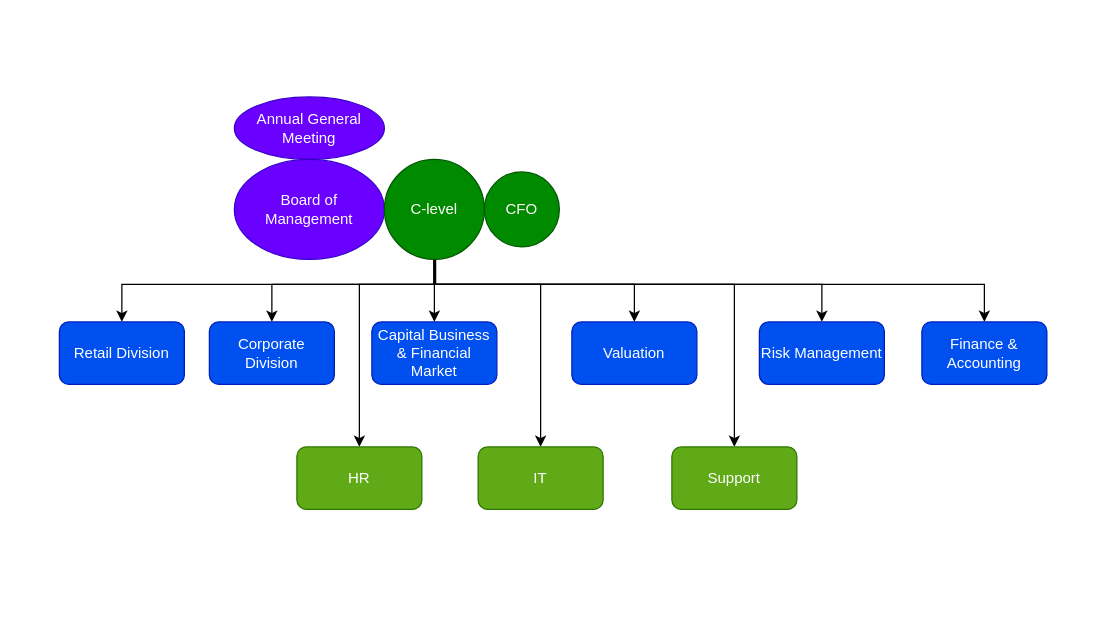
This is page "High Level" (1 of 6) of SHB High-level Org Structure.drawio from hunghvfyu/SHB, a draw.io file, before an edit. Source tidied: cells renumbered, new cells numbered last; positions are measured from the earlier drawing's top-left corner, leaving out a move shared by most shapes. Both pictures are drawn from the tidied source at 125%, with x=0, y=0 at pixel (59, 96).
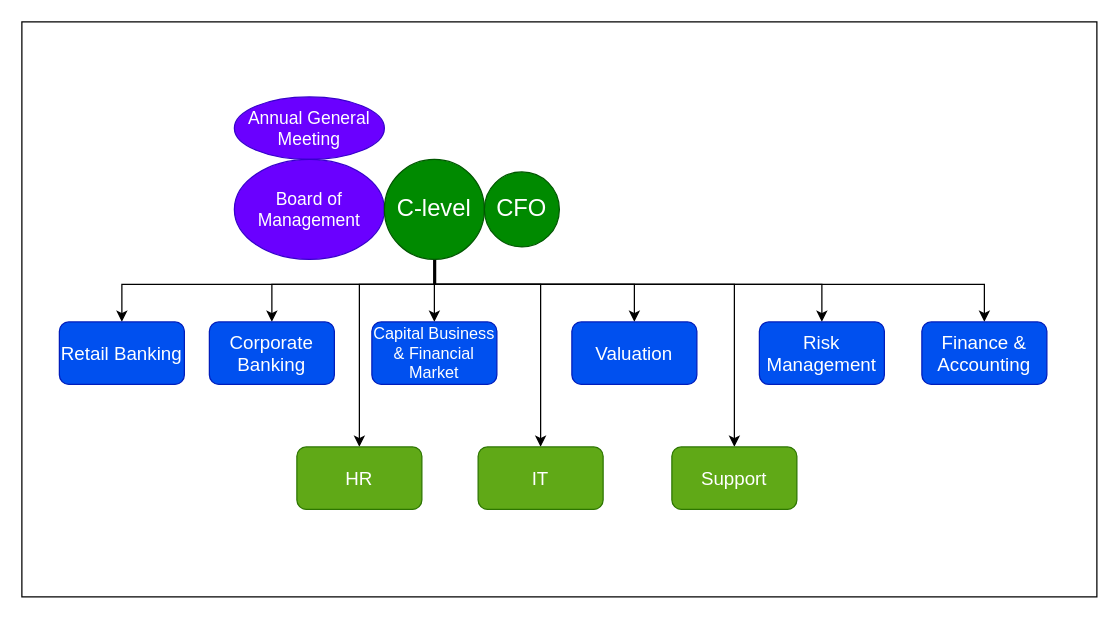
The same page after the edit.

What changed in the source:
```diff
@@
+    <mxCell id="24" style="rounded=0;whiteSpace=wrap;html=1;" parent="1" vertex="1">
+      <mxGeometry x="-30" y="-60" width="860" height="460" as="geometry" />
+    </mxCell>
-    <mxCell id="2" value="Annual General Meeting" style="ellipse;whiteSpace=wrap;html=1;fillColor=#6a00ff;strokeColor=#3700CC;fontColor=#ffffff;" parent="1" vertex="1">
+    <mxCell id="2" value="Annual General Meeting" style="ellipse;whiteSpace=wrap;html=1;fillColor=#6a00ff;strokeColor=#3700CC;fontColor=#ffffff;fontSize=14;" parent="1" vertex="1">
       <mxGeometry x="140" width="120" height="50" as="geometry" />
     </mxCell>
-    <mxCell id="3" value="Board of Management" style="ellipse;whiteSpace=wrap;html=1;fillColor=#6a00ff;strokeColor=#3700CC;fontColor=#ffffff;" parent="1" vertex="1">
+    <mxCell id="3" value="Board of Management" style="ellipse;whiteSpace=wrap;html=1;fillColor=#6a00ff;strokeColor=#3700CC;fontColor=#ffffff;fontSize=14;" parent="1" vertex="1">
       <mxGeometry x="140" y="50" width="120" height="80" as="geometry" />
     </mxCell>
@@
-    <mxCell id="13" value="C-level" style="ellipse;whiteSpace=wrap;html=1;fillColor=#008a00;strokeColor=#005700;fontColor=#ffffff;" parent="1" vertex="1">
+    <mxCell id="13" value="C-level" style="ellipse;whiteSpace=wrap;html=1;fillColor=#008a00;strokeColor=#005700;fontColor=#ffffff;fontSize=19;" parent="1" vertex="1">
       <mxGeometry x="260" y="50" width="80" height="80" as="geometry" />
     </mxCell>
-    <mxCell id="14" value="CFO" style="ellipse;whiteSpace=wrap;html=1;fillColor=#008a00;strokeColor=#005700;fontColor=#ffffff;" parent="1" vertex="1">
+    <mxCell id="14" value="CFO" style="ellipse;whiteSpace=wrap;html=1;fillColor=#008a00;strokeColor=#005700;fontColor=#ffffff;fontSize=19;" parent="1" vertex="1">
       <mxGeometry x="340" y="60" width="60" height="60" as="geometry" />
     </mxCell>
-    <mxCell id="15" value="Retail Division" style="rounded=1;whiteSpace=wrap;html=1;fillColor=#0050ef;strokeColor=#001DBC;fontColor=#ffffff;" parent="1" vertex="1">
+    <mxCell id="15" value="Retail Banking" style="rounded=1;whiteSpace=wrap;html=1;fillColor=#0050ef;strokeColor=#001DBC;fontColor=#ffffff;fontSize=15;" parent="1" vertex="1">
       <mxGeometry y="180" width="100" height="50" as="geometry" />
     </mxCell>
-    <mxCell id="16" value="Corporate Division" style="rounded=1;whiteSpace=wrap;html=1;fillColor=#0050ef;strokeColor=#001DBC;fontColor=#ffffff;" parent="1" vertex="1">
+    <mxCell id="16" value="Corporate Banking" style="rounded=1;whiteSpace=wrap;html=1;fillColor=#0050ef;strokeColor=#001DBC;fontColor=#ffffff;fontSize=15;" parent="1" vertex="1">
       <mxGeometry x="120" y="180" width="100" height="50" as="geometry" />
     </mxCell>
-    <mxCell id="17" value="Capital Business &amp;amp; Financial Market" style="rounded=1;whiteSpace=wrap;html=1;fillColor=#0050ef;strokeColor=#001DBC;fontColor=#ffffff;" parent="1" vertex="1">
+    <mxCell id="17" value="Capital Business &amp;amp; Financial Market" style="rounded=1;whiteSpace=wrap;html=1;fillColor=#0050ef;strokeColor=#001DBC;fontColor=#ffffff;fontSize=13;" parent="1" vertex="1">
       <mxGeometry x="250" y="180" width="100" height="50" as="geometry" />
     </mxCell>
-    <mxCell id="18" value="Valuation" style="rounded=1;whiteSpace=wrap;html=1;fillColor=#0050ef;strokeColor=#001DBC;fontColor=#ffffff;" parent="1" vertex="1">
+    <mxCell id="18" value="Valuation" style="rounded=1;whiteSpace=wrap;html=1;fillColor=#0050ef;strokeColor=#001DBC;fontColor=#ffffff;fontSize=15;" parent="1" vertex="1">
       <mxGeometry x="410" y="180" width="100" height="50" as="geometry" />
     </mxCell>
-    <mxCell id="19" value="Risk Management" style="rounded=1;whiteSpace=wrap;html=1;fillColor=#0050ef;strokeColor=#001DBC;fontColor=#ffffff;" parent="1" vertex="1">
+    <mxCell id="19" value="Risk Management" style="rounded=1;whiteSpace=wrap;html=1;fillColor=#0050ef;strokeColor=#001DBC;fontColor=#ffffff;fontSize=15;" parent="1" vertex="1">
       <mxGeometry x="560" y="180" width="100" height="50" as="geometry" />
     </mxCell>
-    <mxCell id="20" value="Finance &amp;amp; Accounting" style="rounded=1;whiteSpace=wrap;html=1;fillColor=#0050ef;strokeColor=#001DBC;fontColor=#ffffff;" parent="1" vertex="1">
+    <mxCell id="20" value="Finance &amp;amp; Accounting" style="rounded=1;whiteSpace=wrap;html=1;fillColor=#0050ef;strokeColor=#001DBC;fontColor=#ffffff;fontSize=15;" parent="1" vertex="1">
       <mxGeometry x="690" y="180" width="100" height="50" as="geometry" />
     </mxCell>
-    <mxCell id="21" value="HR" style="rounded=1;whiteSpace=wrap;html=1;fillColor=#60a917;strokeColor=#2D7600;fontColor=#ffffff;" parent="1" vertex="1">
+    <mxCell id="21" value="HR" style="rounded=1;whiteSpace=wrap;html=1;fillColor=#60a917;strokeColor=#2D7600;fontColor=#ffffff;fontSize=15;" parent="1" vertex="1">
       <mxGeometry x="190" y="280" width="100" height="50" as="geometry" />
     </mxCell>
-    <mxCell id="22" value="IT" style="rounded=1;whiteSpace=wrap;html=1;fillColor=#60a917;strokeColor=#2D7600;fontColor=#ffffff;" parent="1" vertex="1">
+    <mxCell id="22" value="IT" style="rounded=1;whiteSpace=wrap;html=1;fillColor=#60a917;strokeColor=#2D7600;fontColor=#ffffff;fontSize=15;" parent="1" vertex="1">
       <mxGeometry x="335" y="280" width="100" height="50" as="geometry" />
     </mxCell>
-    <mxCell id="23" value="Support" style="rounded=1;whiteSpace=wrap;html=1;fillColor=#60a917;strokeColor=#2D7600;fontColor=#ffffff;" parent="1" vertex="1">
+    <mxCell id="23" value="Support" style="rounded=1;whiteSpace=wrap;html=1;fillColor=#60a917;strokeColor=#2D7600;fontColor=#ffffff;fontSize=15;" parent="1" vertex="1">
       <mxGeometry x="490" y="280" width="100" height="50" as="geometry" />
     </mxCell>
```
